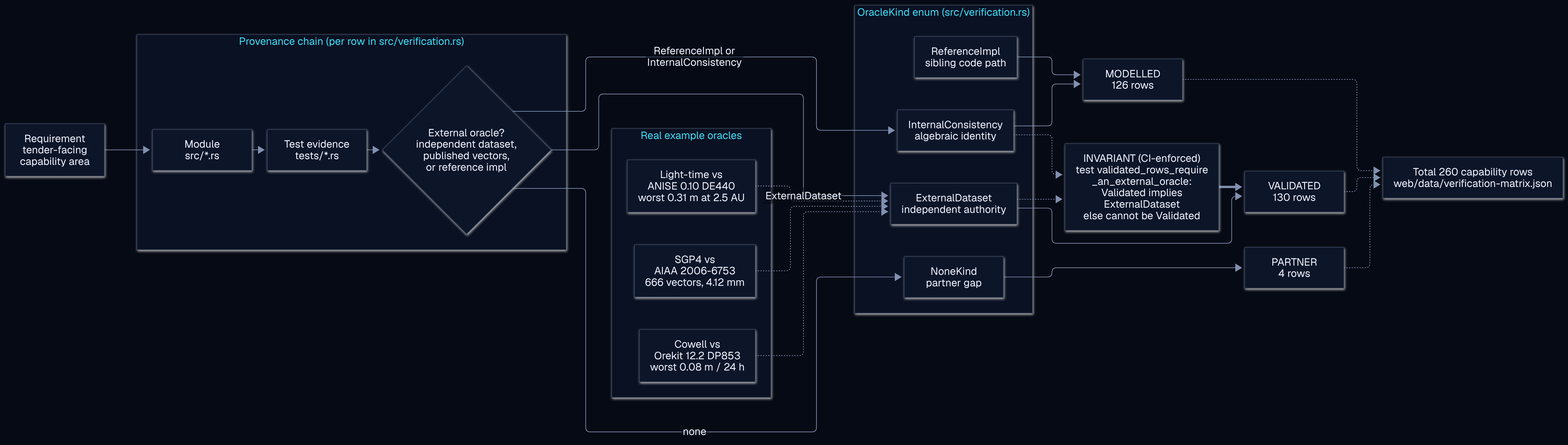
ashfordeOU/kshana keeps this Mermaid diagram as docs/assets/diagrams/validation-provenance.png. Above is the earlier version. Its source is kept beside it as docs/diagrams/validation-provenance.mmd.
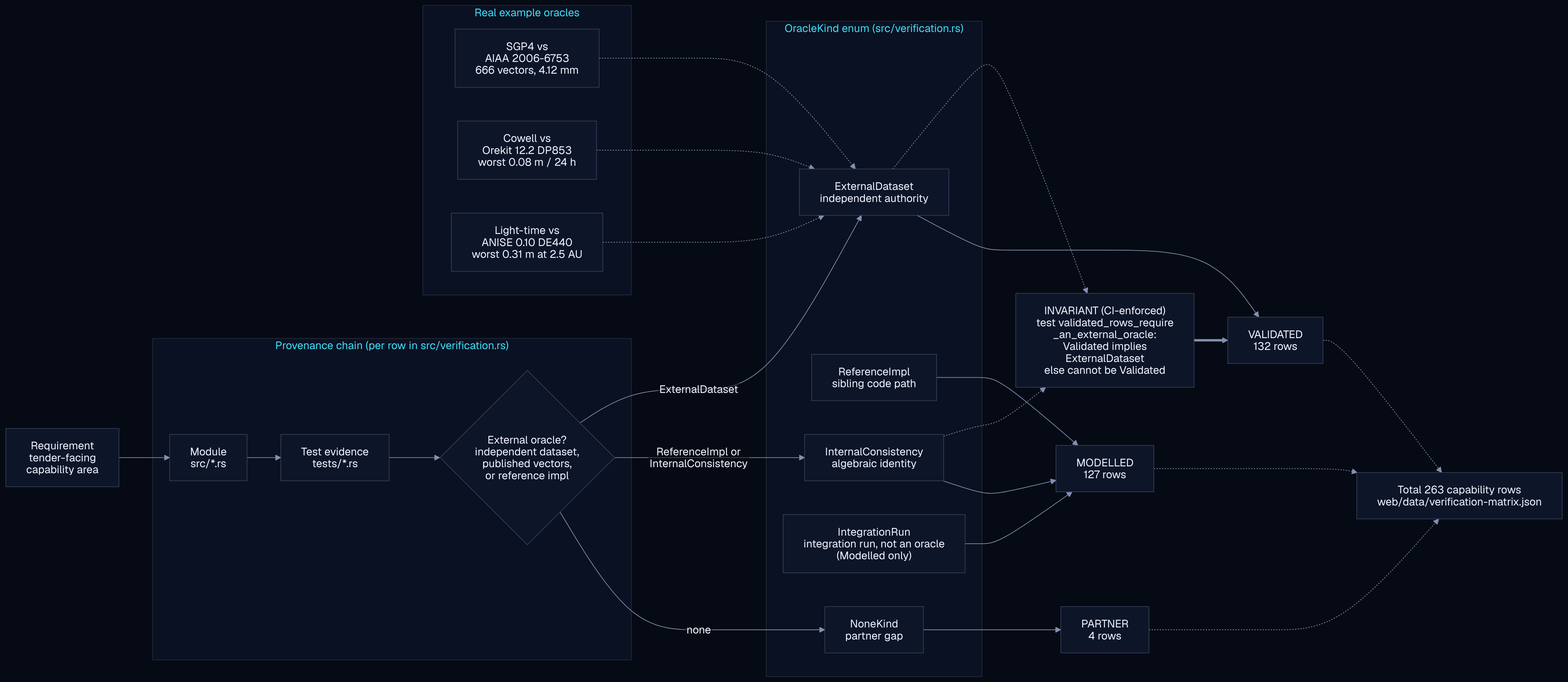
After the change.

What changed in the source:
```diff
@@ -15,6 +15,7 @@
         EXT["ExternalDataset<br/>independent authority"]
         REF["ReferenceImpl<br/>sibling code path"]
         INT["InternalConsistency<br/>algebraic identity"]
+        IRN["IntegrationRun<br/>integration run, not an oracle<br/>(Modelled only)"]
         NON["NoneKind<br/>partner gap"]
     end
 
@@ -26,9 +27,10 @@
     EXT -.-> GUARD
     INT -.-> GUARD
 
-    EXT --> VAL["VALIDATED<br/>130 rows"]
-    REF --> MDL["MODELLED<br/>126 rows"]
+    EXT --> VAL["VALIDATED<br/>132 rows"]
+    REF --> MDL["MODELLED<br/>127 rows"]
     INT --> MDL
+    IRN --> MDL
     NON --> PRT["PARTNER<br/>4 rows"]
     GUARD ==> VAL
 
@@ -43,7 +45,7 @@
     E2 -.-> EXT
     E3 -.-> EXT
 
-    TOTAL["Total 260 capability rows<br/>web/data/verification-matrix.json"]
+    TOTAL["Total 263 capability rows<br/>web/data/verification-matrix.json"]
     VAL -.-> TOTAL
     MDL -.-> TOTAL
     PRT -.-> TOTAL
```
